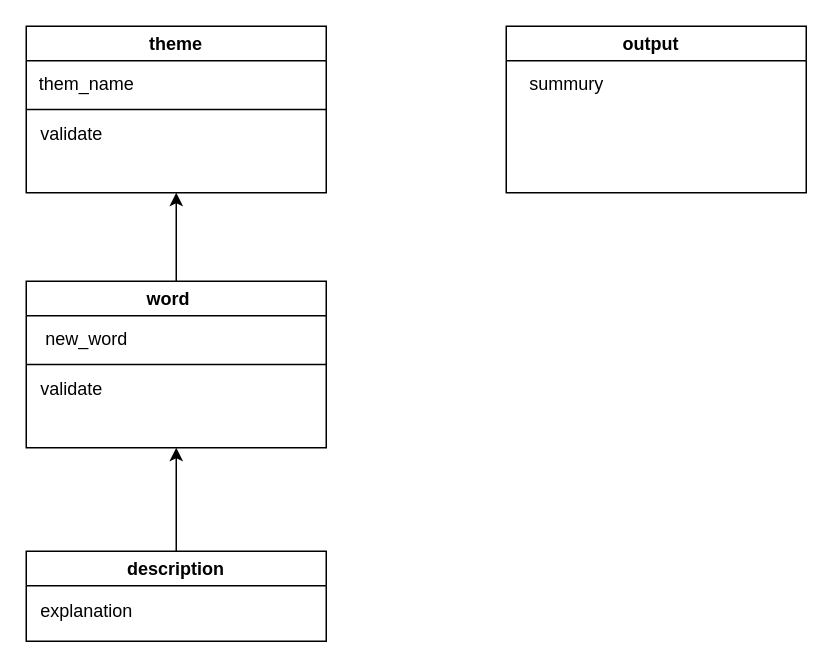
This is 名称未設定ファイル.drawio from cnt1997/summarize_now, a draw.io file, before an edit. Source tidied: cells renumbered, new cells numbered last; positions are measured from the earlier drawing's top-left corner, leaving out a move shared by most shapes. Both pictures are drawn from the tidied source at 150%, with x=0, y=0 at pixel (26, 26).
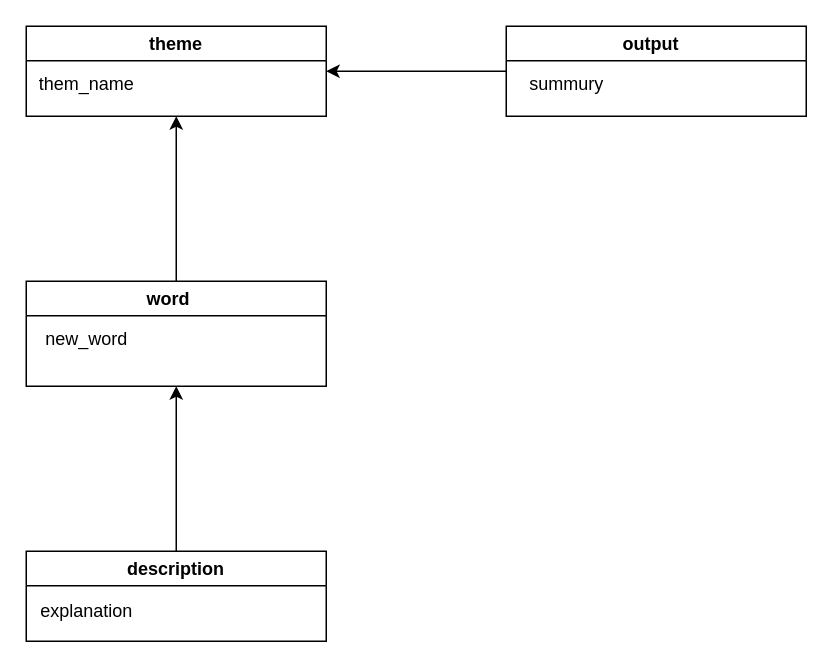
The same page after the edit.

Commit message (it also covers changes not shown here):
名称未設定ファイル.drawio を更新します

Diff of the diagram source:
```diff
@@
 <mxGraphModel>
   <root>
     <mxCell id="0" />
     <mxCell id="1" parent="0" />
     <mxCell id="2" value="theme" style="swimlane;" parent="1" vertex="1">
-      <mxGeometry width="200" height="111" as="geometry" />
+      <mxGeometry width="200" height="60" as="geometry" />
     </mxCell>
     <mxCell id="3" value="them_name" style="text;html=1;align=center;verticalAlign=middle;strokeColor=none;fillColor=none;" parent="2" vertex="1">
       <mxGeometry y="29" width="80" height="20" as="geometry" />
     </mxCell>
-    <mxCell id="4" value="validate&lt;br&gt;" style="text;html=1;align=center;verticalAlign=middle;strokeColor=none;fillColor=none;" parent="2" vertex="1">
-      <mxGeometry y="62" width="60" height="20" as="geometry" />
-    </mxCell>
-    <mxCell id="5" style="endArrow=none;html=1;rounded=0;entryX=0;entryY=0.5;entryDx=0;entryDy=0;exitX=1;exitY=0.5;exitDx=0;exitDy=0;" parent="1" edge="1" source="2" target="2">
-      <mxGeometry relative="1" as="geometry" />
-    </mxCell>
     <mxCell id="6" style="edgeStyle=orthogonalEdgeStyle;rounded=0;jettySize=auto;html=1;exitX=0.5;exitY=0;exitDx=0;exitDy=0;entryX=0.5;entryY=1;entryDx=0;entryDy=0;" parent="1" edge="1" source="7" target="2">
       <mxGeometry relative="1" as="geometry" />
     </mxCell>
     <mxCell id="7" value="word   " style="swimlane;" parent="1" vertex="1">
-      <mxGeometry y="170" width="200" height="111" as="geometry" />
+      <mxGeometry y="170" width="200" height="70" as="geometry" />
     </mxCell>
     <mxCell id="8" value="new_word" style="text;html=1;align=center;verticalAlign=middle;strokeColor=none;fillColor=none;" parent="7" vertex="1">
       <mxGeometry x="5" y="29" width="70" height="20" as="geometry" />
     </mxCell>
-    <mxCell id="9" value="validate&lt;br&gt;" style="text;html=1;align=center;verticalAlign=middle;strokeColor=none;fillColor=none;" parent="7" vertex="1">
-      <mxGeometry y="62" width="60" height="20" as="geometry" />
-    </mxCell>
-    <mxCell id="10" style="endArrow=none;html=1;rounded=0;entryX=0;entryY=0.5;entryDx=0;entryDy=0;exitX=1;exitY=0.5;exitDx=0;exitDy=0;" parent="1" edge="1" source="7" target="7">
-      <mxGeometry relative="1" as="geometry" />
-    </mxCell>
     <mxCell id="11" style="edgeStyle=orthogonalEdgeStyle;rounded=0;jettySize=auto;html=1;exitX=0.5;exitY=0;exitDx=0;exitDy=0;entryX=0.5;entryY=1;entryDx=0;entryDy=0;" parent="1" edge="1" source="12" target="7">
       <mxGeometry relative="1" as="geometry" />
     </mxCell>
     <mxCell id="12" value="description" style="swimlane;" parent="1" vertex="1">
       <mxGeometry y="350" width="200" height="60" as="geometry" />
     </mxCell>
     <mxCell id="13" value="explanation" style="text;html=1;align=center;verticalAlign=middle;strokeColor=none;fillColor=none;" parent="12" vertex="1">
       <mxGeometry y="30" width="80" height="20" as="geometry" />
     </mxCell>
+    <mxCell id="16" style="edgeStyle=orthogonalEdgeStyle;rounded=0;jettySize=auto;html=1;exitX=0;exitY=0.5;exitDx=0;exitDy=0;entryX=1;entryY=0.5;entryDx=0;entryDy=0;" parent="1" edge="1" source="14" target="2">
+      <mxGeometry relative="1" as="geometry" />
+    </mxCell>
     <mxCell id="14" value="output  " style="swimlane;" parent="1" vertex="1">
-      <mxGeometry x="320" width="200" height="111" as="geometry" />
+      <mxGeometry x="320" width="200" height="60" as="geometry" />
     </mxCell>
     <mxCell id="15" value="summury" style="text;html=1;align=center;verticalAlign=middle;strokeColor=none;fillColor=none;" parent="14" vertex="1">
       <mxGeometry x="10" y="29" width="60" height="20" as="geometry" />
     </mxCell>
   </root>
 </mxGraphModel>
```
